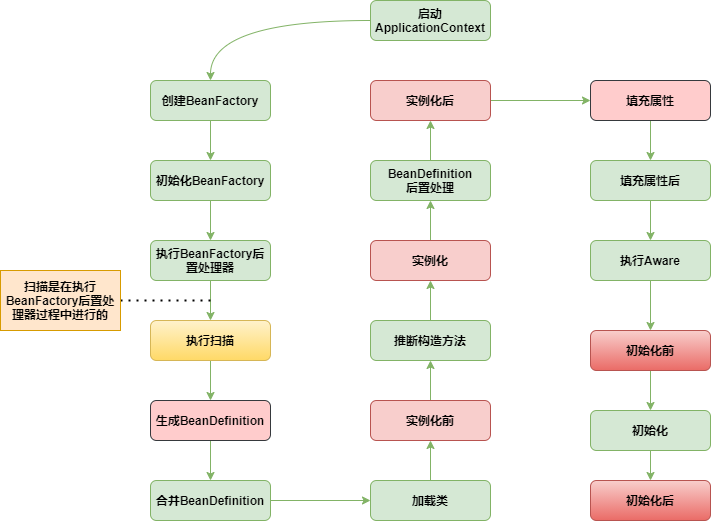
This is docs/spring/imgs/Bean的创建生命周期.png from turn-left/turn-left.github.io, a draw.io export, as it was before one commit. Source tidied: cells renumbered, new cells last; positions are measured from the earlier drawing's top-left corner, leaving out a move shared by most shapes. The source it was exported from:
```xml
<mxGraphModel>
  <root>
    <mxCell id="0" />
    <mxCell id="1" parent="0" />
    <mxCell id="2" style="edgeStyle=orthogonalEdgeStyle;rounded=0;jettySize=auto;html=1;fontStyle=1;curved=1;fillColor=#d5e8d4;strokeColor=#82b366;" parent="1" edge="1" source="3" target="5">
      <mxGeometry relative="1" as="geometry" />
    </mxCell>
    <mxCell id="3" value="启动ApplicationContext" style="rounded=1;whiteSpace=wrap;html=1;fontStyle=1;fillColor=#d5e8d4;strokeColor=#82b366;" parent="1" vertex="1">
      <mxGeometry x="370" width="120" height="40" as="geometry" />
    </mxCell>
    <mxCell id="4" style="edgeStyle=orthogonalEdgeStyle;rounded=0;jettySize=auto;html=1;fontStyle=1;fillColor=#d5e8d4;strokeColor=#82b366;" parent="1" edge="1" source="5" target="7">
      <mxGeometry relative="1" as="geometry" />
    </mxCell>
    <mxCell id="5" value="创建BeanFactory" style="rounded=1;whiteSpace=wrap;html=1;fontStyle=1;fillColor=#d5e8d4;strokeColor=#82b366;" parent="1" vertex="1">
      <mxGeometry x="150" y="80" width="120" height="40" as="geometry" />
    </mxCell>
    <mxCell id="6" style="edgeStyle=orthogonalEdgeStyle;rounded=0;jettySize=auto;html=1;fontStyle=1;fillColor=#d5e8d4;strokeColor=#82b366;" parent="1" edge="1" source="7" target="9">
      <mxGeometry relative="1" as="geometry" />
    </mxCell>
    <mxCell id="7" value="初始化BeanFactory" style="rounded=1;whiteSpace=wrap;html=1;fontStyle=1;fillColor=#d5e8d4;strokeColor=#82b366;" parent="1" vertex="1">
      <mxGeometry x="150" y="160" width="120" height="40" as="geometry" />
    </mxCell>
    <mxCell id="8" style="edgeStyle=orthogonalEdgeStyle;rounded=0;jettySize=auto;html=1;fontStyle=1;fillColor=#d5e8d4;strokeColor=#82b366;" parent="1" edge="1" source="9" target="11">
      <mxGeometry relative="1" as="geometry" />
    </mxCell>
    <mxCell id="9" value="执行BeanFactory后置处理器" style="rounded=1;whiteSpace=wrap;html=1;fontStyle=1;fillColor=#d5e8d4;strokeColor=#82b366;" parent="1" vertex="1">
      <mxGeometry x="150" y="240" width="120" height="40" as="geometry" />
    </mxCell>
    <mxCell id="10" style="edgeStyle=orthogonalEdgeStyle;rounded=0;jettySize=auto;html=1;fontStyle=1;fillColor=#d5e8d4;strokeColor=#82b366;" parent="1" edge="1" source="11" target="13">
      <mxGeometry relative="1" as="geometry" />
    </mxCell>
    <mxCell id="11" value="执行扫描" style="rounded=1;whiteSpace=wrap;html=1;fontStyle=1;fillColor=#fff2cc;strokeColor=#d6b656;gradientColor=#ffd966;" parent="1" vertex="1">
      <mxGeometry x="150" y="320" width="120" height="40" as="geometry" />
    </mxCell>
    <mxCell id="12" style="rounded=0;jettySize=auto;html=1;edgeStyle=orthogonalEdgeStyle;curved=1;fontStyle=1;fillColor=#d5e8d4;strokeColor=#82b366;" parent="1" edge="1" source="13" target="15">
      <mxGeometry relative="1" as="geometry" />
    </mxCell>
    <mxCell id="13" value="生成BeanDefinition" style="rounded=1;whiteSpace=wrap;html=1;fontStyle=1;fillColor=#ffcccc;strokeColor=#36393d;" parent="1" vertex="1">
      <mxGeometry x="150" y="400" width="120" height="40" as="geometry" />
    </mxCell>
    <mxCell id="14" style="edgeStyle=orthogonalEdgeStyle;rounded=0;jettySize=auto;html=1;fontStyle=1;curved=1;fillColor=#d5e8d4;strokeColor=#82b366;" parent="1" edge="1" source="15" target="17">
      <mxGeometry relative="1" as="geometry" />
    </mxCell>
    <mxCell id="15" value="合并BeanDefinition" style="rounded=1;whiteSpace=wrap;html=1;fontStyle=1;fillColor=#d5e8d4;strokeColor=#82b366;" parent="1" vertex="1">
      <mxGeometry x="150" y="480" width="120" height="40" as="geometry" />
    </mxCell>
    <mxCell id="16" style="edgeStyle=orthogonalEdgeStyle;rounded=0;jettySize=auto;html=1;fontStyle=1;fillColor=#d5e8d4;strokeColor=#82b366;" parent="1" edge="1" source="17" target="19">
      <mxGeometry relative="1" as="geometry" />
    </mxCell>
    <mxCell id="17" value="加载类" style="rounded=1;whiteSpace=wrap;html=1;fontStyle=1;fillColor=#d5e8d4;strokeColor=#82b366;" parent="1" vertex="1">
      <mxGeometry x="370" y="480" width="120" height="40" as="geometry" />
    </mxCell>
    <mxCell id="18" style="edgeStyle=orthogonalEdgeStyle;rounded=0;jettySize=auto;html=1;fontStyle=1;fillColor=#d5e8d4;strokeColor=#82b366;" parent="1" edge="1" source="19" target="21">
      <mxGeometry relative="1" as="geometry" />
    </mxCell>
    <mxCell id="19" value="实例化前" style="rounded=1;whiteSpace=wrap;html=1;fontStyle=1;fillColor=#f8cecc;strokeColor=#b85450;" parent="1" vertex="1">
      <mxGeometry x="370" y="400" width="120" height="40" as="geometry" />
    </mxCell>
    <mxCell id="20" style="edgeStyle=orthogonalEdgeStyle;rounded=0;jettySize=auto;html=1;fontStyle=1;fillColor=#d5e8d4;strokeColor=#82b366;" parent="1" edge="1" source="21" target="23">
      <mxGeometry relative="1" as="geometry" />
    </mxCell>
    <mxCell id="21" value="推断构造方法" style="rounded=1;whiteSpace=wrap;html=1;fontStyle=1;fillColor=#d5e8d4;strokeColor=#82b366;" parent="1" vertex="1">
      <mxGeometry x="370" y="320" width="120" height="40" as="geometry" />
    </mxCell>
    <mxCell id="22" style="edgeStyle=orthogonalEdgeStyle;rounded=0;jettySize=auto;html=1;fontStyle=1;fillColor=#d5e8d4;strokeColor=#82b366;" parent="1" edge="1" source="23" target="25">
      <mxGeometry relative="1" as="geometry" />
    </mxCell>
    <mxCell id="23" value="实例化" style="rounded=1;whiteSpace=wrap;html=1;fontStyle=1;fillColor=#f8cecc;strokeColor=#b85450;" parent="1" vertex="1">
      <mxGeometry x="370" y="240" width="120" height="40" as="geometry" />
    </mxCell>
    <mxCell id="24" style="edgeStyle=orthogonalEdgeStyle;rounded=0;jettySize=auto;html=1;fontStyle=1;fillColor=#d5e8d4;strokeColor=#82b366;" parent="1" edge="1" source="25" target="27">
      <mxGeometry relative="1" as="geometry" />
    </mxCell>
    <mxCell id="25" value="BeanDefinition&lt;br&gt;后置处理" style="rounded=1;whiteSpace=wrap;html=1;fontStyle=1;fillColor=#d5e8d4;strokeColor=#82b366;" parent="1" vertex="1">
      <mxGeometry x="370" y="160" width="120" height="40" as="geometry" />
    </mxCell>
    <mxCell id="26" style="edgeStyle=orthogonalEdgeStyle;rounded=0;jettySize=auto;html=1;fontStyle=1;fillColor=#d5e8d4;strokeColor=#82b366;" parent="1" edge="1" source="27" target="29">
      <mxGeometry relative="1" as="geometry" />
    </mxCell>
    <mxCell id="27" value="实例化后" style="rounded=1;whiteSpace=wrap;html=1;fontStyle=1;fillColor=#f8cecc;strokeColor=#b85450;" parent="1" vertex="1">
      <mxGeometry x="370" y="80" width="120" height="40" as="geometry" />
    </mxCell>
    <mxCell id="28" style="edgeStyle=orthogonalEdgeStyle;rounded=0;jettySize=auto;html=1;fontStyle=1;fillColor=#d5e8d4;strokeColor=#82b366;" parent="1" edge="1" source="29" target="31">
      <mxGeometry relative="1" as="geometry" />
    </mxCell>
    <mxCell id="29" value="填充属性" style="rounded=1;whiteSpace=wrap;html=1;fontStyle=1;fillColor=#ffcccc;strokeColor=#36393d;" parent="1" vertex="1">
      <mxGeometry x="590" y="80" width="120" height="40" as="geometry" />
    </mxCell>
    <mxCell id="30" style="edgeStyle=orthogonalEdgeStyle;rounded=0;jettySize=auto;html=1;fontStyle=1;fillColor=#d5e8d4;strokeColor=#82b366;" parent="1" edge="1" source="31" target="33">
      <mxGeometry relative="1" as="geometry" />
    </mxCell>
    <mxCell id="31" value="填充属性后" style="rounded=1;whiteSpace=wrap;html=1;fontStyle=1;fillColor=#d5e8d4;strokeColor=#82b366;" parent="1" vertex="1">
      <mxGeometry x="590" y="160" width="120" height="40" as="geometry" />
    </mxCell>
    <mxCell id="32" style="edgeStyle=orthogonalEdgeStyle;rounded=0;jettySize=auto;html=1;fontStyle=1;fillColor=#d5e8d4;strokeColor=#82b366;" parent="1" edge="1" source="33" target="35">
      <mxGeometry relative="1" as="geometry" />
    </mxCell>
    <mxCell id="33" value="执行Aware" style="rounded=1;whiteSpace=wrap;html=1;fontStyle=1;fillColor=#d5e8d4;strokeColor=#82b366;" parent="1" vertex="1">
      <mxGeometry x="590" y="240" width="120" height="40" as="geometry" />
    </mxCell>
    <mxCell id="34" style="edgeStyle=orthogonalEdgeStyle;rounded=0;jettySize=auto;html=1;fontStyle=1;fillColor=#d5e8d4;strokeColor=#82b366;" parent="1" edge="1" source="35" target="37">
      <mxGeometry relative="1" as="geometry" />
    </mxCell>
    <mxCell id="35" value="初始化前" style="rounded=1;whiteSpace=wrap;html=1;fontStyle=1;fillColor=#f8cecc;strokeColor=#b85450;gradientColor=#ea6b66;" parent="1" vertex="1">
      <mxGeometry x="590" y="330" width="120" height="40" as="geometry" />
    </mxCell>
    <mxCell id="36" style="edgeStyle=orthogonalEdgeStyle;rounded=0;jettySize=auto;html=1;fontStyle=1;fillColor=#d5e8d4;strokeColor=#82b366;" parent="1" edge="1" source="37" target="38">
      <mxGeometry relative="1" as="geometry" />
    </mxCell>
    <mxCell id="37" value="初始化" style="rounded=1;whiteSpace=wrap;html=1;fontStyle=1;fillColor=#d5e8d4;strokeColor=#82b366;" parent="1" vertex="1">
      <mxGeometry x="590" y="410" width="120" height="40" as="geometry" />
    </mxCell>
    <mxCell id="38" value="初始化后" style="rounded=1;whiteSpace=wrap;html=1;fontStyle=1;fillColor=#f8cecc;strokeColor=#b85450;gradientColor=#ea6b66;" parent="1" vertex="1">
      <mxGeometry x="590" y="480" width="120" height="40" as="geometry" />
    </mxCell>
    <mxCell id="39" style="endArrow=none;dashed=1;html=1;dashPattern=1 3;strokeWidth=2;exitX=1;exitY=0.5;exitDx=0;exitDy=0;fontStyle=1;" parent="1" edge="1" source="40">
      <mxGeometry relative="1" as="geometry">
        <mxPoint x="210" y="300" as="targetPoint" />
      </mxGeometry>
    </mxCell>
    <mxCell id="40" value="扫描是在&lt;span style=&quot;&quot;&gt;执行BeanFactory后置处理器过程中进行的&lt;/span&gt;" style="rounded=0;whiteSpace=wrap;html=1;fontStyle=1;fillColor=#ffe6cc;strokeColor=#d79b00;" parent="1" vertex="1">
      <mxGeometry y="270" width="120" height="60" as="geometry" />
    </mxCell>
  </root>
</mxGraphModel>
```
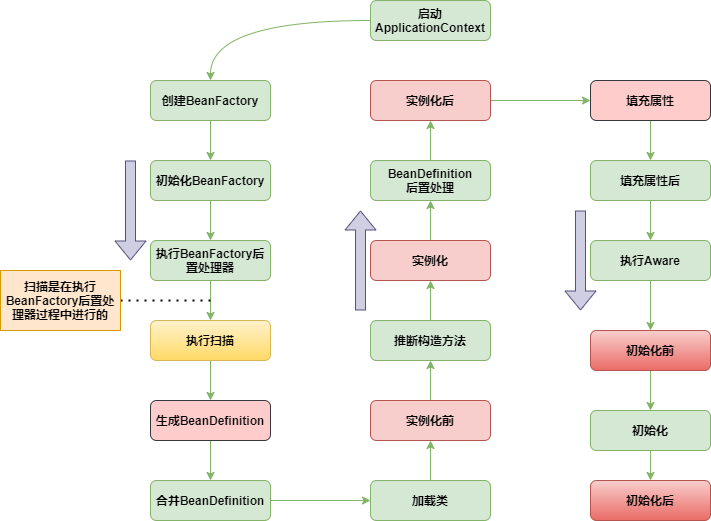
Later version of the same file.

Change to the diagram source:
```diff
@@ -121,5 +121,23 @@
     <mxCell id="40" value="扫描是在&lt;span style=&quot;&quot;&gt;执行BeanFactory后置处理器过程中进行的&lt;/span&gt;" style="rounded=0;whiteSpace=wrap;html=1;fontStyle=1;fillColor=#ffe6cc;strokeColor=#d79b00;" parent="1" vertex="1">
       <mxGeometry y="270" width="120" height="60" as="geometry" />
     </mxCell>
+    <mxCell id="41" style="shape=flexArrow;endArrow=classic;html=1;fillColor=#d0cee2;strokeColor=#56517e;" parent="1" edge="1">
+      <mxGeometry relative="1" as="geometry">
+        <mxPoint x="130" y="160" as="sourcePoint" />
+        <mxPoint x="130" y="260" as="targetPoint" />
+      </mxGeometry>
+    </mxCell>
+    <mxCell id="42" style="shape=flexArrow;endArrow=classic;html=1;fillColor=#d0cee2;strokeColor=#56517e;" parent="1" edge="1">
+      <mxGeometry relative="1" as="geometry">
+        <mxPoint x="360" y="310" as="sourcePoint" />
+        <mxPoint x="360" y="210" as="targetPoint" />
+      </mxGeometry>
+    </mxCell>
+    <mxCell id="43" style="shape=flexArrow;endArrow=classic;html=1;fillColor=#d0cee2;strokeColor=#56517e;" parent="1" edge="1">
+      <mxGeometry relative="1" as="geometry">
+        <mxPoint x="580" y="210" as="sourcePoint" />
+        <mxPoint x="580" y="310" as="targetPoint" />
+      </mxGeometry>
+    </mxCell>
   </root>
 </mxGraphModel>
```
